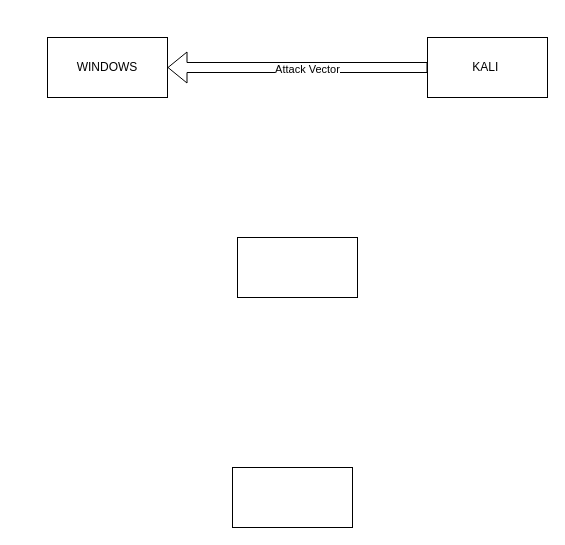
This is vulnmanage.drawio from cats-toy/vulmanage, a draw.io file, before an edit. Source tidied: cells renumbered, new cells numbered last; positions are measured from the earlier drawing's top-left corner, leaving out a move shared by most shapes. Both pictures are drawn from the tidied source at 100%, with x=0, y=0 at pixel (47, 37).
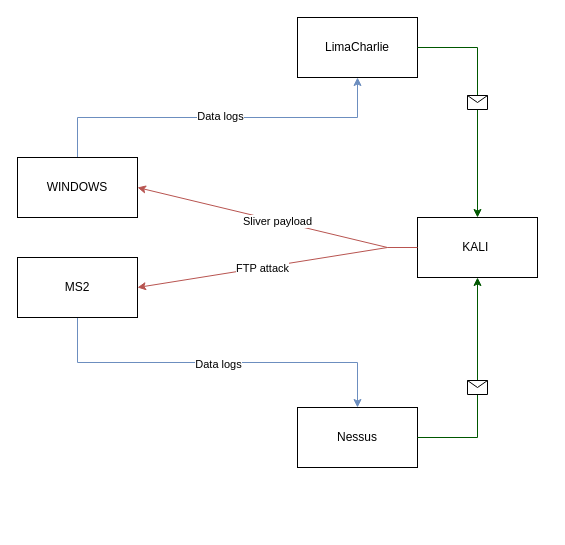
The same page after the edit.

What changed in the source:
```diff
@@
+    <mxCell id="8" style="edgeStyle=orthogonalEdgeStyle;rounded=0;jettySize=auto;html=1;exitX=0.5;exitY=0;exitDx=0;exitDy=0;entryX=0.5;entryY=1;entryDx=0;entryDy=0;fillColor=#dae8fc;strokeColor=#6c8ebf;" parent="1" edge="1" source="2" target="4">
+      <mxGeometry relative="1" as="geometry" />
+    </mxCell>
+    <mxCell id="9" value="Data logs" style="edgeLabel;html=1;align=center;verticalAlign=middle;" parent="8" vertex="1">
+      <mxGeometry x="0.01" y="2" relative="1" as="geometry" />
+    </mxCell>
+    <mxCell id="10" style="edgeStyle=orthogonalEdgeStyle;rounded=0;jettySize=auto;html=1;entryX=0.5;entryY=0;entryDx=0;entryDy=0;fillColor=#dae8fc;strokeColor=#6c8ebf;exitX=0.5;exitY=1;exitDx=0;exitDy=0;" parent="1" edge="1" source="13" target="5">
+      <mxGeometry relative="1" as="geometry" />
+    </mxCell>
+    <mxCell id="11" value="Data logs" style="edgeLabel;html=1;align=center;verticalAlign=middle;" parent="10" vertex="1">
+      <mxGeometry y="-1" relative="1" as="geometry" />
+    </mxCell>
     <mxCell id="2" value="WINDOWS" style="rounded=0;whiteSpace=wrap;html=1;" parent="1" vertex="1">
-      <mxGeometry width="120" height="60" as="geometry" />
+      <mxGeometry x="-30" y="120" width="120" height="60" as="geometry" />
     </mxCell>
     <mxCell id="3" value="KALI&amp;nbsp;" style="rounded=0;whiteSpace=wrap;html=1;" parent="1" vertex="1">
-      <mxGeometry x="380" width="120" height="60" as="geometry" />
+      <mxGeometry x="370" y="180" width="120" height="60" as="geometry" />
     </mxCell>
-    <mxCell id="4" style="rounded=0;whiteSpace=wrap;html=1;" parent="1" vertex="1">
-      <mxGeometry x="185" y="430" width="120" height="60" as="geometry" />
+    <mxCell id="4" value="LimaCharlie" style="rounded=0;whiteSpace=wrap;html=1;" parent="1" vertex="1">
+      <mxGeometry x="250" y="-20" width="120" height="60" as="geometry" />
     </mxCell>
-    <mxCell id="5" style="rounded=0;whiteSpace=wrap;html=1;" parent="1" vertex="1">
-      <mxGeometry x="190" y="200" width="120" height="60" as="geometry" />
+    <mxCell id="5" value="Nessus" style="rounded=0;whiteSpace=wrap;html=1;" parent="1" vertex="1">
+      <mxGeometry x="250" y="370" width="120" height="60" as="geometry" />
     </mxCell>
-    <mxCell id="6" style="shape=flexArrow;endArrow=classic;html=1;rounded=0;exitX=0;exitY=0.5;exitDx=0;exitDy=0;entryX=1;entryY=0.5;entryDx=0;entryDy=0;" parent="1" edge="1" source="3" target="2">
-      <mxGeometry relative="1" as="geometry" />
+    <mxCell id="6" style="endArrow=classic;html=1;rounded=0;exitX=0;exitY=0.5;exitDx=0;exitDy=0;entryX=1;entryY=0.5;entryDx=0;entryDy=0;fillColor=#f8cecc;strokeColor=#b85450;" parent="1" edge="1" source="3" target="2">
+      <mxGeometry relative="1" as="geometry">
+        <Array as="points">
+          <mxPoint x="340" y="210" />
+        </Array>
+      </mxGeometry>
     </mxCell>
-    <mxCell id="7" value="Attack Vector" style="edgeLabel;html=1;align=center;verticalAlign=middle;" parent="6" vertex="1">
-      <mxGeometry x="-0.07" y="1" relative="1" as="geometry" />
-    </mxCell>
+    <mxCell id="12" value="Sliver payload" style="edgeLabel;html=1;align=center;verticalAlign=middle;" parent="6" vertex="1">
+      <mxGeometry relative="1" as="geometry" />
+    </mxCell>
+    <mxCell id="13" value="MS2" style="rounded=0;whiteSpace=wrap;html=1;" parent="1" vertex="1">
+      <mxGeometry x="-30" y="220" width="120" height="60" as="geometry" />
+    </mxCell>
+    <mxCell id="14" style="endArrow=classic;html=1;rounded=0;entryX=1;entryY=0.5;entryDx=0;entryDy=0;fillColor=#f8cecc;strokeColor=#b85450;" parent="1" edge="1" target="13">
+      <mxGeometry relative="1" as="geometry">
+        <mxPoint x="340" y="210" as="sourcePoint" />
+      </mxGeometry>
+    </mxCell>
+    <mxCell id="15" value="FTP attack" style="edgeLabel;html=1;align=center;verticalAlign=middle;" parent="14" vertex="1">
+      <mxGeometry relative="1" as="geometry" />
+    </mxCell>
+    <mxCell id="16" style="endArrow=classic;html=1;rounded=0;exitX=1;exitY=0.5;exitDx=0;exitDy=0;entryX=0.5;entryY=0;entryDx=0;entryDy=0;fillColor=#008a00;strokeColor=#005700;" parent="1" edge="1" source="4" target="3">
+      <mxGeometry relative="1" as="geometry">
+        <Array as="points">
+          <mxPoint x="430" y="10" />
+        </Array>
+      </mxGeometry>
+    </mxCell>
+    <mxCell id="17" style="shape=message;html=1;" parent="16" vertex="1">
+      <mxGeometry width="20" height="14" relative="1" as="geometry">
+        <mxPoint x="-10" y="-7" as="offset" />
+      </mxGeometry>
+    </mxCell>
+    <mxCell id="18" style="endArrow=classic;html=1;rounded=0;exitX=1;exitY=0.5;exitDx=0;exitDy=0;entryX=0.5;entryY=1;entryDx=0;entryDy=0;fillColor=#008a00;strokeColor=#005700;" parent="1" edge="1" source="5" target="3">
+      <mxGeometry relative="1" as="geometry">
+        <Array as="points">
+          <mxPoint x="430" y="400" />
+        </Array>
+      </mxGeometry>
+    </mxCell>
+    <mxCell id="19" style="shape=message;html=1;" parent="18" vertex="1">
+      <mxGeometry width="20" height="14" relative="1" as="geometry">
+        <mxPoint x="-10" y="-7" as="offset" />
+      </mxGeometry>
+    </mxCell>
```
